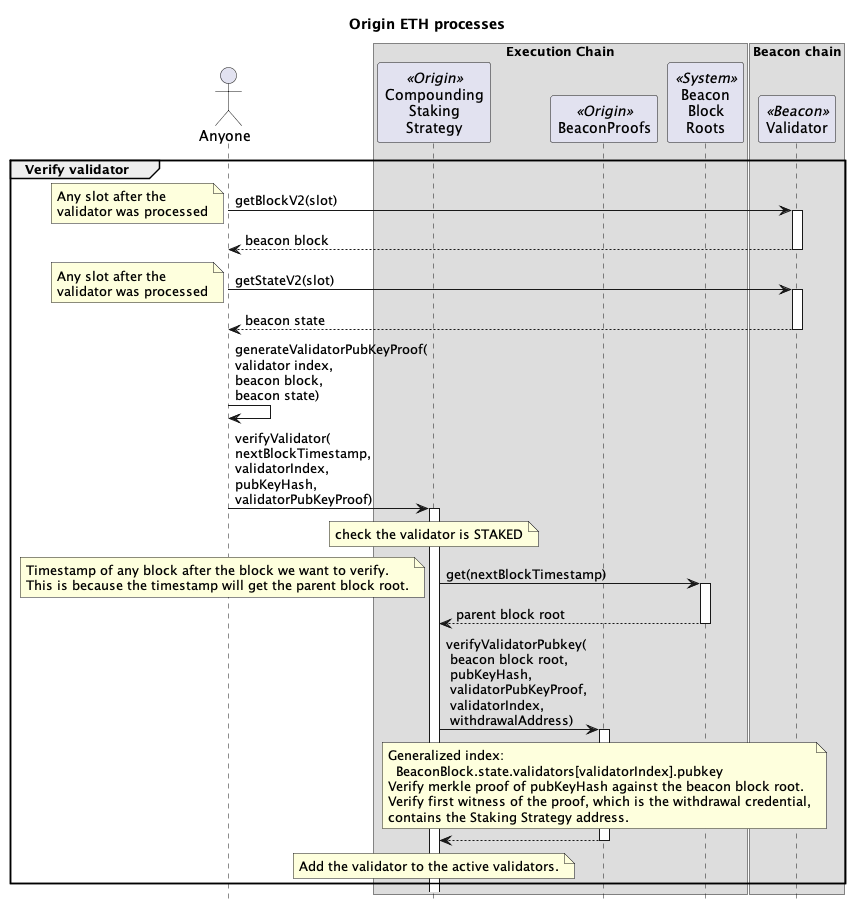
Before: contracts/docs/plantuml/oethProcesses-verify-validator.png, a diagram exported from PlantUML (OriginProtocol/origin-dollar).
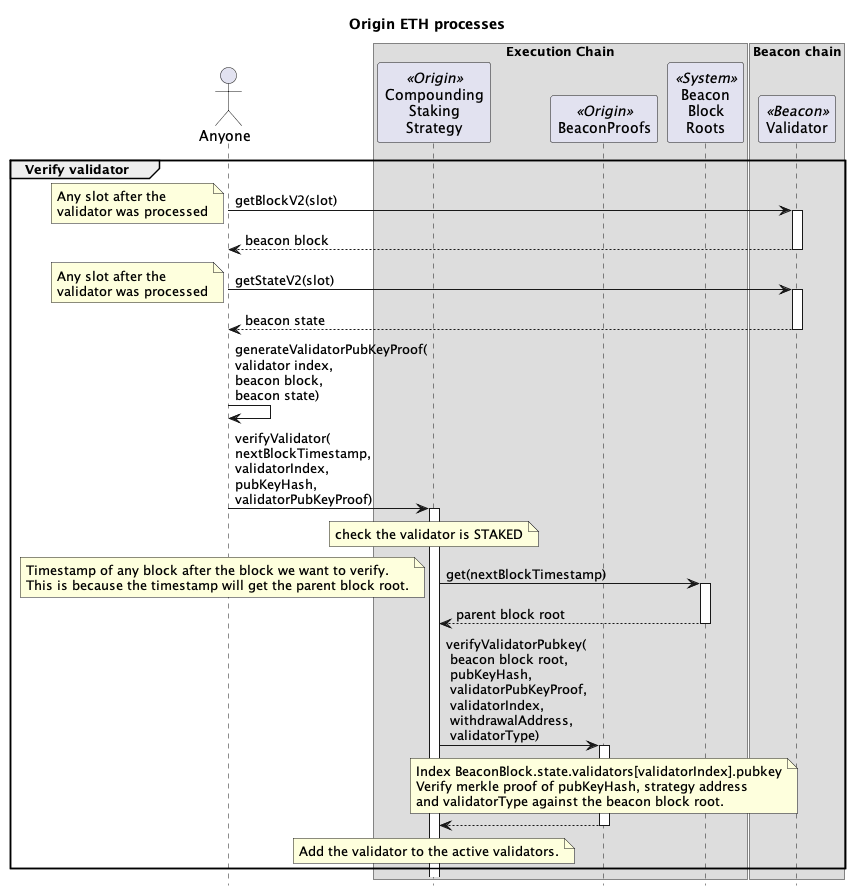
Later version of the same file.

The edit, as a diff of the source:
```diff
@@ -16,22 +16,6 @@
 box "Beacon chain"
 participant "Validator" as val <<Beacon>>
 end box
-
-
-
-
-
-
-
-
-
-
-
-
-
-
-
-
 
 
 
@@ -92,14 +76,12 @@
 activate roots
 return parent block root
 
-compStrat -> proofs : verifyValidatorPubkey(\n beacon block root,\n pubKeyHash,\n validatorPubKeyProof,\n validatorIndex,\n withdrawalAddress)
+compStrat -> proofs : verifyValidatorPubkey(\n beacon block root,\n pubKeyHash,\n validatorPubKeyProof,\n validatorIndex,\n withdrawalAddress,\n validatorType)
 activate proofs
 note over proofs
-Generalized index:
-  BeaconBlock.state.validators[validatorIndex].pubkey
-Verify merkle proof of pubKeyHash against the beacon block root.
-Verify first witness of the proof, which is the withdrawal credential,
-contains the Staking Strategy address.
+Index BeaconBlock.state.validators[validatorIndex].pubkey
+Verify merkle proof of pubKeyHash, strategy address
+and validatorType against the beacon block root.
 end note
 return
 
@@ -167,14 +149,4 @@
 
 
 
-
-
-
-
-
-
-
-
-
-
 @enduml
```
